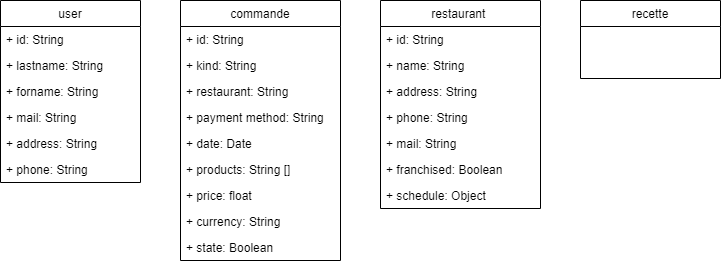
The draw.io diagram good_food_2.0/Database model/Untitled Diagram.drawio.png in obaconnais/good_food_2.0, before a commit. Source tidied: cells renumbered, new cells last; positions are measured from the earlier drawing's top-left corner, leaving out a move shared by most shapes.
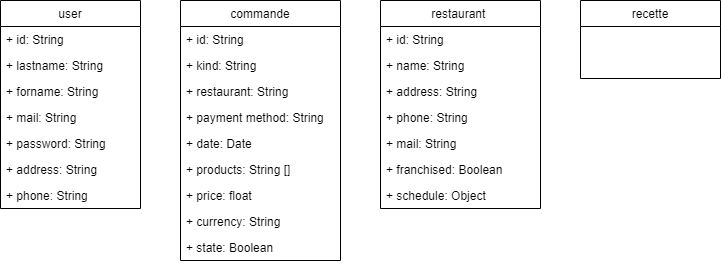
After the commit.

Commit message:
Update: Database model

Diff of the diagram source:
```diff
@@ -3,7 +3,7 @@
     <mxCell id="0" />
     <mxCell id="1" parent="0" />
     <mxCell id="2" value="user" style="swimlane;fontStyle=0;horizontal=1;startSize=26;fillColor=none;" parent="1" vertex="1">
-      <mxGeometry width="140" height="182" as="geometry" />
+      <mxGeometry width="140" height="208" as="geometry" />
     </mxCell>
     <mxCell id="3" value="+ id: String" style="text;strokeColor=none;fillColor=none;align=left;verticalAlign=top;spacingLeft=4;spacingRight=4;overflow=hidden;" parent="2" vertex="1">
       <mxGeometry y="26" width="140" height="26" as="geometry" />
@@ -17,11 +17,14 @@
     <mxCell id="6" value="+ mail: String" style="text;strokeColor=none;fillColor=none;align=left;verticalAlign=top;spacingLeft=4;spacingRight=4;overflow=hidden;" parent="2" vertex="1">
       <mxGeometry y="104" width="140" height="26" as="geometry" />
     </mxCell>
+    <mxCell id="28" value="+ password: String" style="text;strokeColor=none;fillColor=none;align=left;verticalAlign=top;spacingLeft=4;spacingRight=4;overflow=hidden;" parent="2" vertex="1">
+      <mxGeometry y="130" width="140" height="26" as="geometry" />
+    </mxCell>
     <mxCell id="7" value="+ address: String" style="text;strokeColor=none;fillColor=none;align=left;verticalAlign=top;spacingLeft=4;spacingRight=4;overflow=hidden;" parent="2" vertex="1">
-      <mxGeometry y="130" width="140" height="26" as="geometry" />
+      <mxGeometry y="156" width="140" height="26" as="geometry" />
     </mxCell>
     <mxCell id="8" value="+ phone: String" style="text;strokeColor=none;fillColor=none;align=left;verticalAlign=top;spacingLeft=4;spacingRight=4;overflow=hidden;" parent="2" vertex="1">
-      <mxGeometry y="156" width="140" height="26" as="geometry" />
+      <mxGeometry y="182" width="140" height="26" as="geometry" />
     </mxCell>
     <mxCell id="9" value="restaurant " style="swimlane;fontStyle=0;horizontal=1;startSize=26;fillColor=none;" parent="1" vertex="1">
       <mxGeometry x="380" width="160" height="208" as="geometry" />
```
